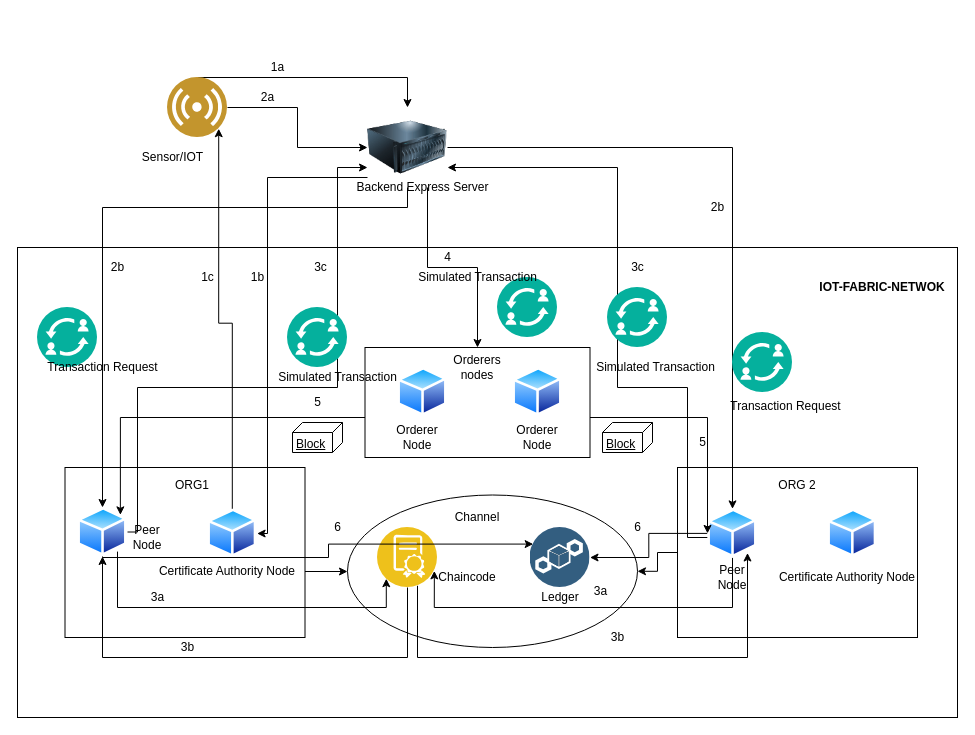
The draw.io diagram docs/IOT-fabroc-network.drawio in ksanjaykumar1/iot-fabric-network, before the edit. Source tidied: cells renumbered, new cells numbered last; positions are measured from the earlier drawing's top-left corner, leaving out a move shared by most shapes. Both pictures are drawn from the tidied source at 100%, with x=0, y=0 at pixel (17, 57).
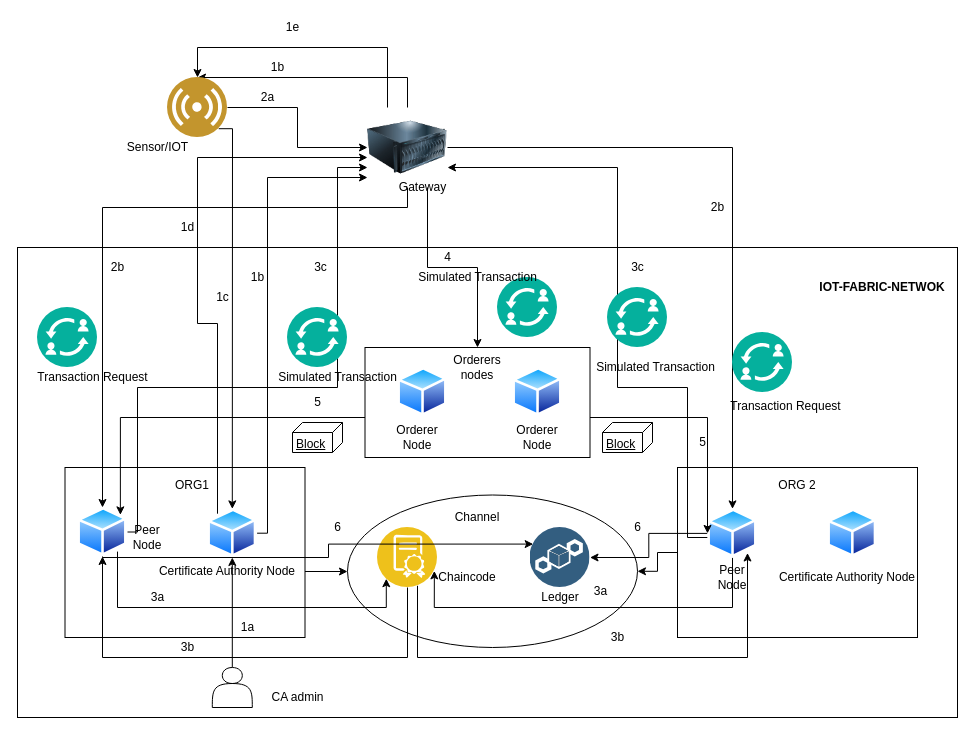
The same page after the edit.

Commit message (it also covers changes not shown here):
made the architecture diagram more detailed

Unchanged cells that the change refers to:
```xml
<mxCell id="10" style="perimeter=ellipsePerimeter;html=1;align=center;shadow=0;dashed=0;spacingTop=3;image;image=img/lib/active_directory/generic_node.svg;" parent="1" vertex="1">
  <mxGeometry x="190" y="451.4" width="49.6" height="48.6" as="geometry" />
</mxCell>
<mxCell id="36" style="image;html=1;image=img/lib/clip_art/computers/Server_128x128.png;" parent="1" vertex="1">
  <mxGeometry x="350" y="50" width="80" height="80" as="geometry" />
</mxCell>
<mxCell id="40" style="perimeter=ellipsePerimeter;html=1;align=center;shadow=0;dashed=0;fontColor=#4277BB;labelBackgroundColor=#ffffff;fontSize=12;spacingTop=3;image;image=img/lib/ibm/users/sensor.svg;" parent="1" vertex="1">
  <mxGeometry x="150" y="20" width="60" height="60" as="geometry" />
</mxCell>
```

What changed in the source:
```diff
@@
-    <mxCell id="9" style="edgeStyle=orthogonalEdgeStyle;rounded=0;jettySize=auto;html=1;entryX=1;entryY=1;entryDx=0;entryDy=0;" parent="1" edge="1" source="10" target="40">
-      <mxGeometry relative="1" as="geometry" />
+    <mxCell id="9" style="edgeStyle=orthogonalEdgeStyle;rounded=0;jettySize=auto;html=1;exitX=1;exitY=1;exitDx=0;exitDy=0;" parent="1" edge="1" source="40" target="10">
+      <mxGeometry relative="1" as="geometry">
+        <Array as="points">
+          <mxPoint x="215" y="71" />
+        </Array>
+      </mxGeometry>
     </mxCell>
+    <mxCell id="80" style="edgeStyle=orthogonalEdgeStyle;rounded=0;jettySize=auto;html=1;" parent="1" edge="1" source="10" target="36">
+      <mxGeometry relative="1" as="geometry">
+        <Array as="points">
+          <mxPoint x="200" y="266" />
+          <mxPoint x="180" y="266" />
+          <mxPoint x="180" y="100" />
+        </Array>
+      </mxGeometry>
+    </mxCell>
@@
-    <mxCell id="32" style="edgeStyle=orthogonalEdgeStyle;rounded=0;jettySize=auto;html=1;" parent="1" edge="1" source="36" target="10">
+    <mxCell id="32" style="edgeStyle=orthogonalEdgeStyle;rounded=0;jettySize=auto;html=1;" parent="1" edge="1" source="10" target="36">
       <mxGeometry relative="1" as="geometry">
         <Array as="points">
+          <mxPoint x="250" y="476" />
           <mxPoint x="250" y="120" />
-          <mxPoint x="250" y="476" />
         </Array>
       </mxGeometry>
     </mxCell>
@@
+    <mxCell id="81" style="edgeStyle=orthogonalEdgeStyle;rounded=0;jettySize=auto;html=1;" parent="1" edge="1" source="36" target="40">
+      <mxGeometry relative="1" as="geometry">
+        <Array as="points">
+          <mxPoint x="370" y="-10" />
+          <mxPoint x="180" y="-10" />
+        </Array>
+      </mxGeometry>
+    </mxCell>
@@
-    <mxCell id="37" value="Backend Express Server" style="text;html=1;align=center;verticalAlign=middle;strokeColor=none;fillColor=none;" parent="1" vertex="1">
-      <mxGeometry x="330" y="120" width="150" height="20" as="geometry" />
+    <mxCell id="37" value="Gateway" style="text;html=1;align=center;verticalAlign=middle;strokeColor=none;fillColor=none;" parent="1" vertex="1">
+      <mxGeometry x="375" y="120" width="60" height="20" as="geometry" />
     </mxCell>
-    <mxCell id="38" style="edgeStyle=orthogonalEdgeStyle;rounded=0;jettySize=auto;html=1;entryX=0.5;entryY=0;entryDx=0;entryDy=0;" parent="1" edge="1" source="40" target="36">
+    <mxCell id="38" style="edgeStyle=orthogonalEdgeStyle;rounded=0;jettySize=auto;html=1;exitX=0.5;exitY=0;exitDx=0;exitDy=0;" parent="1" edge="1" source="36" target="40">
       <mxGeometry relative="1" as="geometry">
         <Array as="points">
           <mxPoint x="390" y="20" />
         </Array>
       </mxGeometry>
     </mxCell>
@@
     <mxCell id="41" value="Sensor/IOT" style="text;html=1;align=center;verticalAlign=middle;strokeColor=none;fillColor=none;" parent="1" vertex="1">
-      <mxGeometry x="115" y="90" width="80" height="20" as="geometry" />
+      <mxGeometry x="100" y="80" width="80" height="20" as="geometry" />
     </mxCell>
-    <mxCell id="42" value="1a" style="text;html=1;align=center;verticalAlign=middle;strokeColor=none;fillColor=none;" parent="1" vertex="1">
+    <mxCell id="42" value="1b" style="text;html=1;align=center;verticalAlign=middle;strokeColor=none;fillColor=none;" parent="1" vertex="1">
       <mxGeometry x="245" width="30" height="20" as="geometry" />
     </mxCell>
@@
     <mxCell id="62" value="1c" style="text;html=1;align=center;verticalAlign=middle;strokeColor=none;fillColor=none;" parent="1" vertex="1">
-      <mxGeometry x="175" y="210" width="30" height="20" as="geometry" />
+      <mxGeometry x="190" y="230" width="30" height="20" as="geometry" />
     </mxCell>
@@
     <mxCell id="73" value="Transaction Request" style="text;html=1;align=center;verticalAlign=middle;strokeColor=none;fillColor=none;" parent="1" vertex="1">
-      <mxGeometry x="20" y="300" width="130" height="20" as="geometry" />
+      <mxGeometry x="10" y="310" width="130" height="20" as="geometry" />
     </mxCell>
@@
+    <mxCell id="82" style="edgeStyle=orthogonalEdgeStyle;rounded=0;jettySize=auto;html=1;" parent="1" edge="1" source="83" target="10">
+      <mxGeometry relative="1" as="geometry" />
+    </mxCell>
+    <mxCell id="83" style="shape=actor;whiteSpace=wrap;html=1;" parent="1" vertex="1">
+      <mxGeometry x="194.8" y="610" width="40" height="40" as="geometry" />
+    </mxCell>
+    <mxCell id="84" value="CA admin" style="text;html=1;align=center;verticalAlign=middle;strokeColor=none;fillColor=none;" parent="1" vertex="1">
+      <mxGeometry x="245" y="630" width="70" height="20" as="geometry" />
+    </mxCell>
+    <mxCell id="85" value="1a" style="text;html=1;align=center;verticalAlign=middle;strokeColor=none;fillColor=none;" parent="1" vertex="1">
+      <mxGeometry x="215" y="560" width="30" height="20" as="geometry" />
+    </mxCell>
+    <mxCell id="86" value="1d" style="text;html=1;align=center;verticalAlign=middle;strokeColor=none;fillColor=none;" parent="1" vertex="1">
+      <mxGeometry x="155" y="160" width="30" height="20" as="geometry" />
+    </mxCell>
+    <mxCell id="87" value="1e" style="text;html=1;align=center;verticalAlign=middle;strokeColor=none;fillColor=none;" parent="1" vertex="1">
+      <mxGeometry x="260" y="-40" width="30" height="20" as="geometry" />
+    </mxCell>
```
